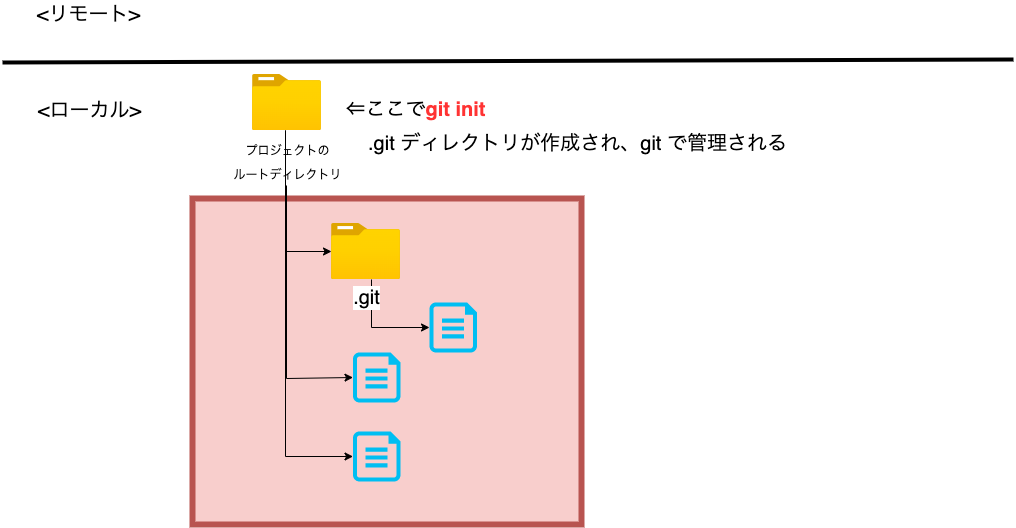
irongineer/learning-git-for-team keeps this draw.io diagram as assets/image/Git勉強会_コマンドイメージ図-init.drawio.png. Above is the earlier version. Source tidied: cells renumbered, new cells last; positions are measured from the earlier drawing's top-left corner, leaving out a move shared by most shapes.
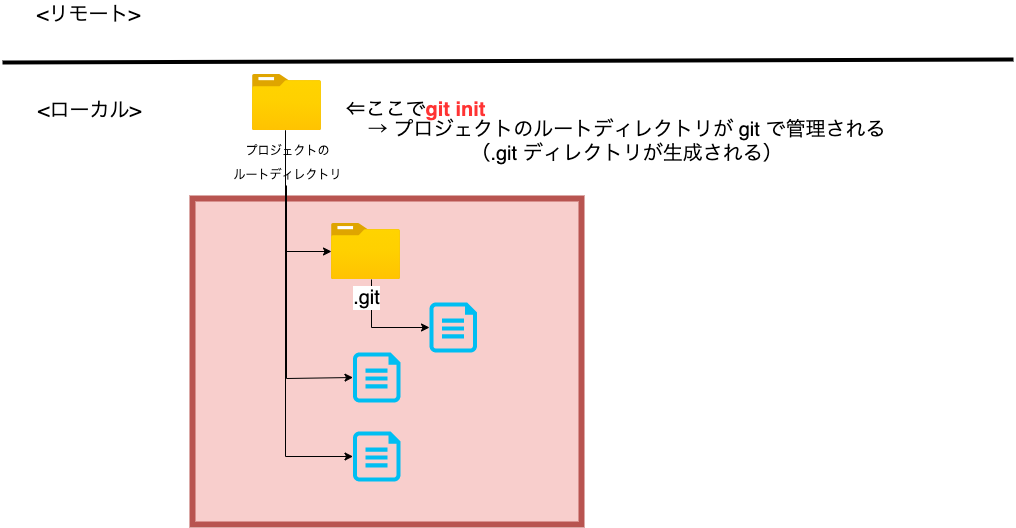
The same diagram one commit later.

Commit message:
Fix review comments

What changed in the source:
```diff
@@ -65,8 +65,8 @@
     <mxCell id="15" value="&lt;font style=&quot;font-size: 20px;&quot;&gt;&lt;font style=&quot;font-size: 20px;&quot;&gt;⇐ここで&lt;font color=&quot;#ff3333&quot; style=&quot;font-size: 20px;&quot;&gt;&lt;b style=&quot;font-size: 20px;&quot;&gt;git init&lt;/b&gt;&lt;/font&gt;&lt;/font&gt;&lt;br style=&quot;font-size: 20px;&quot;&gt;&lt;/font&gt;" style="text;html=1;align=center;verticalAlign=middle;strokeColor=none;fillColor=none;fontSize=20;" parent="1" vertex="1">
       <mxGeometry x="338" y="95" width="150" height="28" as="geometry" />
     </mxCell>
-    <mxCell id="16" value=".git ディレクトリが作成され、git で管理される" style="text;html=1;align=center;verticalAlign=middle;strokeColor=none;fillColor=none;fontSize=20;" parent="1" vertex="1">
-      <mxGeometry x="361" y="129" width="427" height="28" as="geometry" />
+    <mxCell id="16" value="→ プロジェクトのルートディレクトリが git で管理される&lt;br&gt;（.git ディレクトリが生成される）" style="text;html=1;align=center;verticalAlign=middle;strokeColor=none;fillColor=none;fontSize=20;" parent="1" vertex="1">
+      <mxGeometry x="361" y="115" width="525" height="51" as="geometry" />
     </mxCell>
   </root>
 </mxGraphModel>
```
